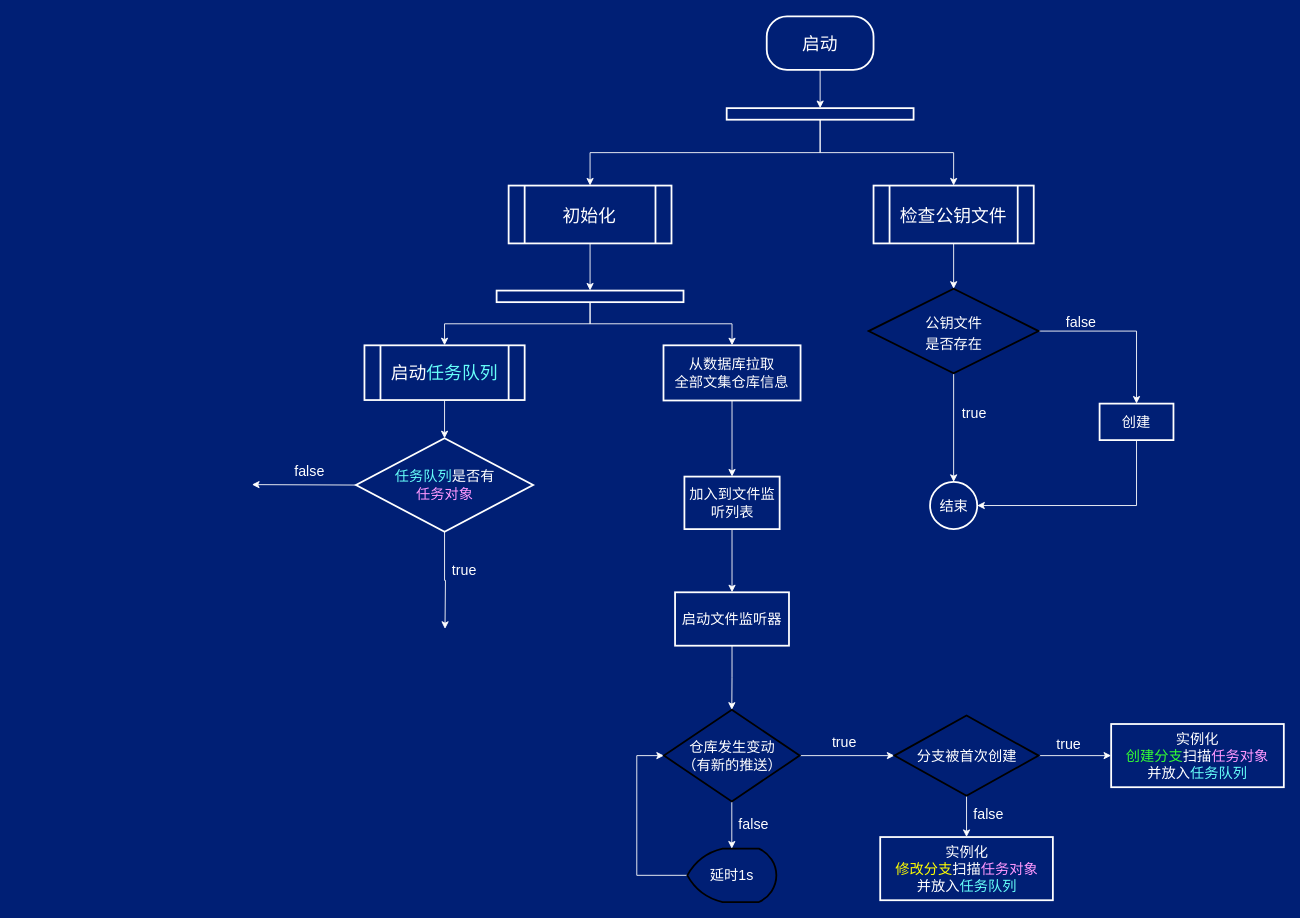
This is page "Git仓库初始化和监听流程" (3 of 3) of server-springboot/后端类图.dio from swsk33/git-document, a draw.io file, before an edit. Source tidied: cells renumbered, new cells numbered last; positions are measured from the earlier drawing's top-left corner, leaving out a move shared by most shapes. Both pictures are drawn from the tidied source at 89%, with x=0, y=0 at pixel (252, 16).
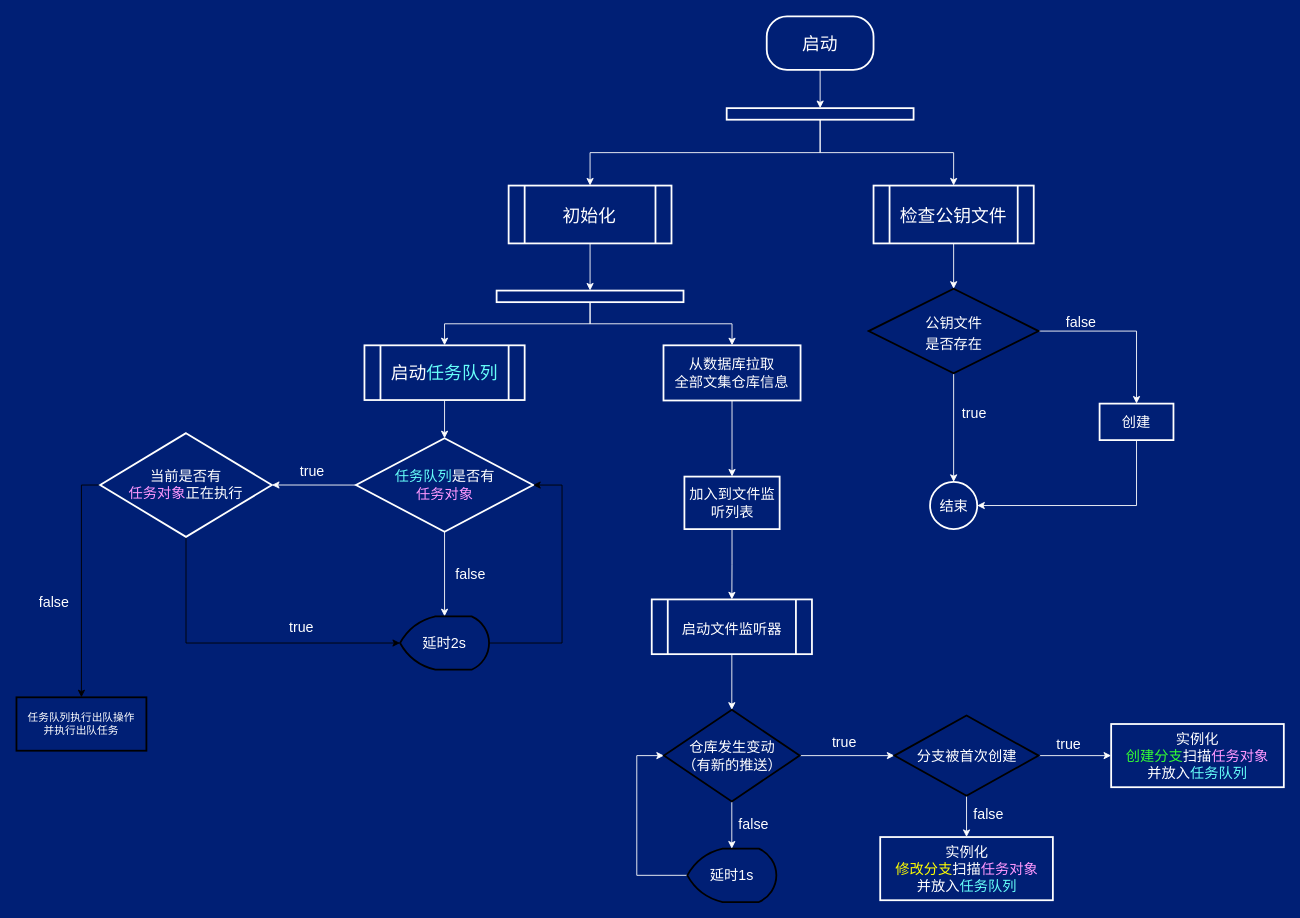
After the change.

The change refers to these unchanged cells:
```xml
<mxCell id="46" value="&lt;font color=&quot;#66fffa&quot;&gt;任务队列&lt;/font&gt;&lt;font color=&quot;#ffffff&quot;&gt;是否有&lt;/font&gt;&lt;br&gt;&lt;font color=&quot;#ff99ff&quot;&gt;任务对象&lt;/font&gt;" style="rhombus;whiteSpace=wrap;html=1;labelBorderColor=none;fontSize=16;fontColor=#FFFF00;strokeColor=#FFFFFF;strokeWidth=2;fillColor=none;" parent="1" vertex="1">
  <mxGeometry x="116.5" y="474" width="199" height="105" as="geometry" />
</mxCell>
```

Change to the diagram source:
```diff
@@
-    <mxCell id="29" value="启动文件监听器" style="rounded=0;whiteSpace=wrap;html=1;labelBorderColor=none;fontSize=16;fontColor=#FFFFFF;strokeColor=#FFFFFF;strokeWidth=2;fillColor=none;" parent="1" vertex="1">
-      <mxGeometry x="475" y="647" width="128" height="60" as="geometry" />
-    </mxCell>
@@
-    <mxCell id="44" style="edgeStyle=orthogonalEdgeStyle;rounded=0;jettySize=auto;html=1;exitX=0;exitY=0.5;exitDx=0;exitDy=0;fontSize=16;fontColor=#FF99FF;strokeColor=#FFFFFF;" parent="1" edge="1" source="46">
-      <mxGeometry relative="1" as="geometry">
-        <mxPoint x="-0.4" y="526" as="targetPoint" />
-      </mxGeometry>
+    <mxCell id="44" style="edgeStyle=orthogonalEdgeStyle;rounded=0;jettySize=auto;html=1;exitX=0;exitY=0.5;exitDx=0;exitDy=0;fontSize=16;fontColor=#FF99FF;strokeColor=#FFFFFF;entryX=1;entryY=0.5;entryDx=0;entryDy=0;" parent="1" edge="1" source="46" target="51">
+      <mxGeometry relative="1" as="geometry" />
     </mxCell>
-    <mxCell id="45" style="edgeStyle=orthogonalEdgeStyle;rounded=0;jettySize=auto;html=1;exitX=0.5;exitY=1;exitDx=0;exitDy=0;fontSize=16;fontColor=#FF99FF;strokeColor=#FFFFFF;" parent="1" edge="1" source="46">
-      <mxGeometry relative="1" as="geometry">
-        <mxPoint x="216.5" y="688.1" as="targetPoint" />
-      </mxGeometry>
+    <mxCell id="45" style="edgeStyle=orthogonalEdgeStyle;rounded=0;jettySize=auto;html=1;exitX=0.5;exitY=1;exitDx=0;exitDy=0;fontSize=16;fontColor=#FF99FF;strokeColor=#FFFFFF;entryX=0.5;entryY=0;entryDx=0;entryDy=0;entryPerimeter=0;" parent="1" edge="1" source="46" target="53">
+      <mxGeometry relative="1" as="geometry" />
     </mxCell>
@@
     <mxCell id="47" value="true" style="text;html=1;align=center;verticalAlign=middle;strokeColor=none;fillColor=none;fontSize=16;fontColor=#FFFFFF;" parent="1" vertex="1">
-      <mxGeometry x="215" y="606" width="46" height="31" as="geometry" />
+      <mxGeometry x="44" y="495" width="46" height="31" as="geometry" />
     </mxCell>
     <mxCell id="48" value="false" style="text;html=1;align=center;verticalAlign=middle;strokeColor=none;fillColor=none;fontSize=16;fontColor=#FFFFFF;" parent="1" vertex="1">
-      <mxGeometry x="38" y="495" width="52" height="31" as="geometry" />
+      <mxGeometry x="219" y="611" width="52" height="31" as="geometry" />
     </mxCell>
+    <mxCell id="29" value="&lt;span style=&quot;font-size: 16px;&quot;&gt;启动文件监听器&lt;/span&gt;" style="shape=process;whiteSpace=wrap;html=1;backgroundOutline=1;labelBorderColor=none;fontSize=20;fontColor=#FFFFFF;strokeColor=#FFFFFF;strokeWidth=2;fillColor=none;" parent="1" vertex="1">
+      <mxGeometry x="448.8" y="655" width="180" height="61.5" as="geometry" />
+    </mxCell>
+    <mxCell id="49" style="edgeStyle=orthogonalEdgeStyle;rounded=0;jettySize=auto;html=1;exitX=0.5;exitY=1;exitDx=0;exitDy=0;entryX=0;entryY=0.5;entryDx=0;entryDy=0;entryPerimeter=0;fontColor=#FF99FF;" parent="1" edge="1" source="51" target="53">
+      <mxGeometry relative="1" as="geometry" />
+    </mxCell>
+    <mxCell id="50" style="edgeStyle=orthogonalEdgeStyle;rounded=0;jettySize=auto;html=1;exitX=0;exitY=0.5;exitDx=0;exitDy=0;fontColor=#FF99FF;entryX=0.5;entryY=0;entryDx=0;entryDy=0;" parent="1" edge="1" source="51" target="56">
+      <mxGeometry relative="1" as="geometry" />
+    </mxCell>
+    <mxCell id="51" value="&lt;font color=&quot;#ffffff&quot;&gt;当前是否有&lt;/font&gt;&lt;br&gt;&lt;font color=&quot;#ff99ff&quot;&gt;任务对象&lt;/font&gt;&lt;font color=&quot;#ffffff&quot;&gt;正在执行&lt;/font&gt;" style="rhombus;whiteSpace=wrap;html=1;labelBorderColor=none;fontSize=16;fontColor=#FFFF00;strokeColor=#FFFFFF;strokeWidth=2;fillColor=none;" parent="1" vertex="1">
+      <mxGeometry x="-171" y="468.2" width="193" height="116.5" as="geometry" />
+    </mxCell>
+    <mxCell id="52" style="edgeStyle=orthogonalEdgeStyle;rounded=0;jettySize=auto;html=1;exitX=1;exitY=0.5;exitDx=0;exitDy=0;exitPerimeter=0;entryX=1;entryY=0.5;entryDx=0;entryDy=0;" parent="1" edge="1" source="53" target="46">
+      <mxGeometry relative="1" as="geometry">
+        <Array as="points">
+          <mxPoint x="348" y="704" />
+          <mxPoint x="348" y="527" />
+        </Array>
+      </mxGeometry>
+    </mxCell>
+    <mxCell id="53" value="延时2s" style="strokeWidth=2;html=1;shape=mxgraph.flowchart.display;whiteSpace=wrap;labelBorderColor=none;fontSize=16;fontColor=#FFFFFF;fillColor=none;" parent="1" vertex="1">
+      <mxGeometry x="166" y="674" width="100" height="60" as="geometry" />
+    </mxCell>
+    <mxCell id="54" value="true" style="text;html=1;align=center;verticalAlign=middle;strokeColor=none;fillColor=none;fontSize=16;fontColor=#FFFFFF;" parent="1" vertex="1">
+      <mxGeometry x="32" y="670.2" width="46" height="31" as="geometry" />
+    </mxCell>
+    <mxCell id="55" value="false" style="text;html=1;align=center;verticalAlign=middle;strokeColor=none;fillColor=none;fontSize=16;fontColor=#FFFFFF;" parent="1" vertex="1">
+      <mxGeometry x="-249" y="642" width="52" height="31" as="geometry" />
+    </mxCell>
+    <mxCell id="56" value="&lt;font color=&quot;#ffffff&quot;&gt;任务队列执行出队操作&lt;br&gt;并执行出队任务&lt;br&gt;&lt;/font&gt;" style="rounded=0;whiteSpace=wrap;html=1;fontColor=#FF99FF;fillColor=none;strokeWidth=2;" parent="1" vertex="1">
+      <mxGeometry x="-265" y="765" width="146" height="60" as="geometry" />
+    </mxCell>
```
